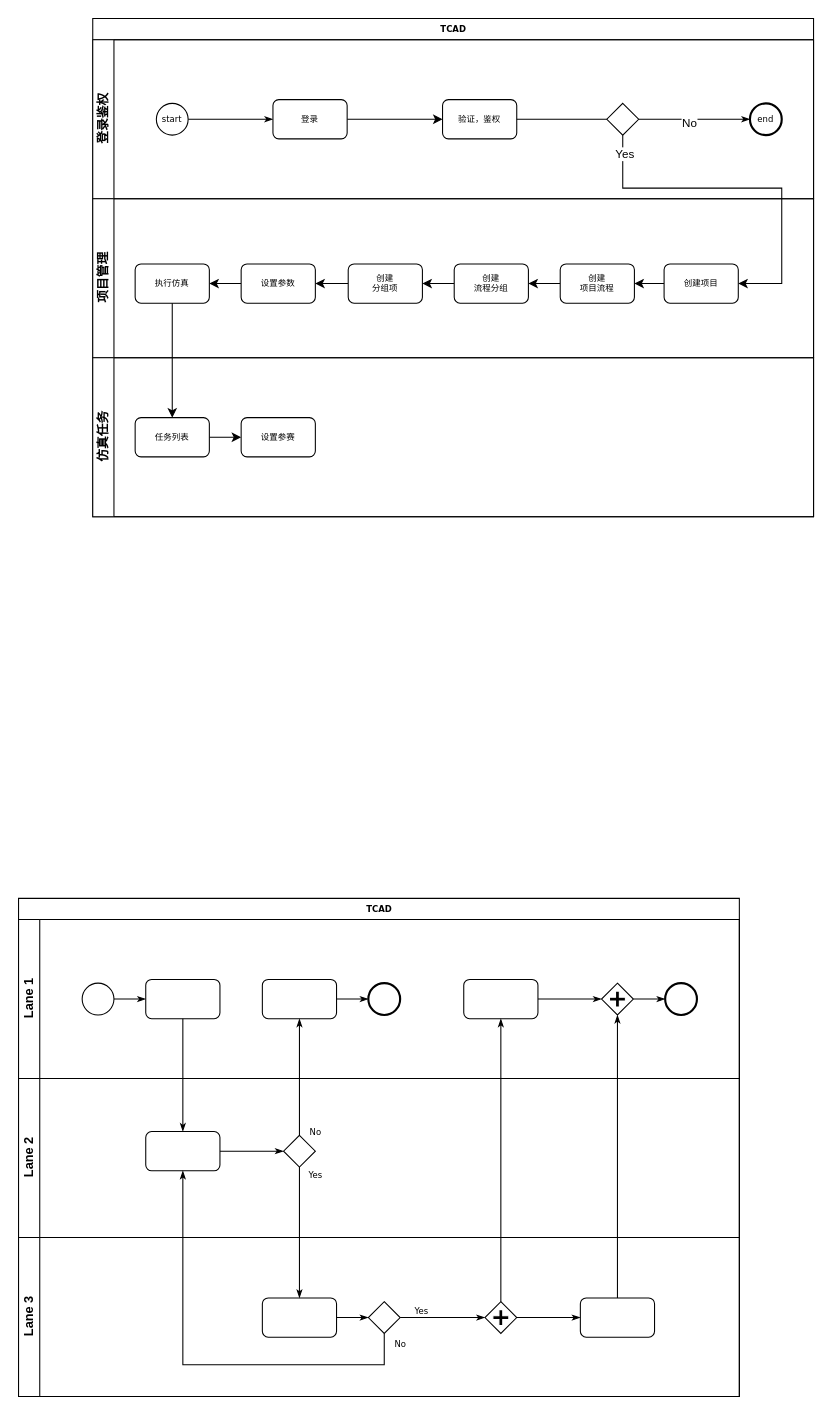
Above: doc/cogendaFlowCharts.drawio in yezhen701/VTCAD (draw.io), before the change. Source tidied: cells renumbered, new cells numbered last; positions are measured from the earlier drawing's top-left corner, leaving out a move shared by most shapes. Both pictures are drawn from the tidied source at 106%, with x=0, y=0 at pixel (18, 18).
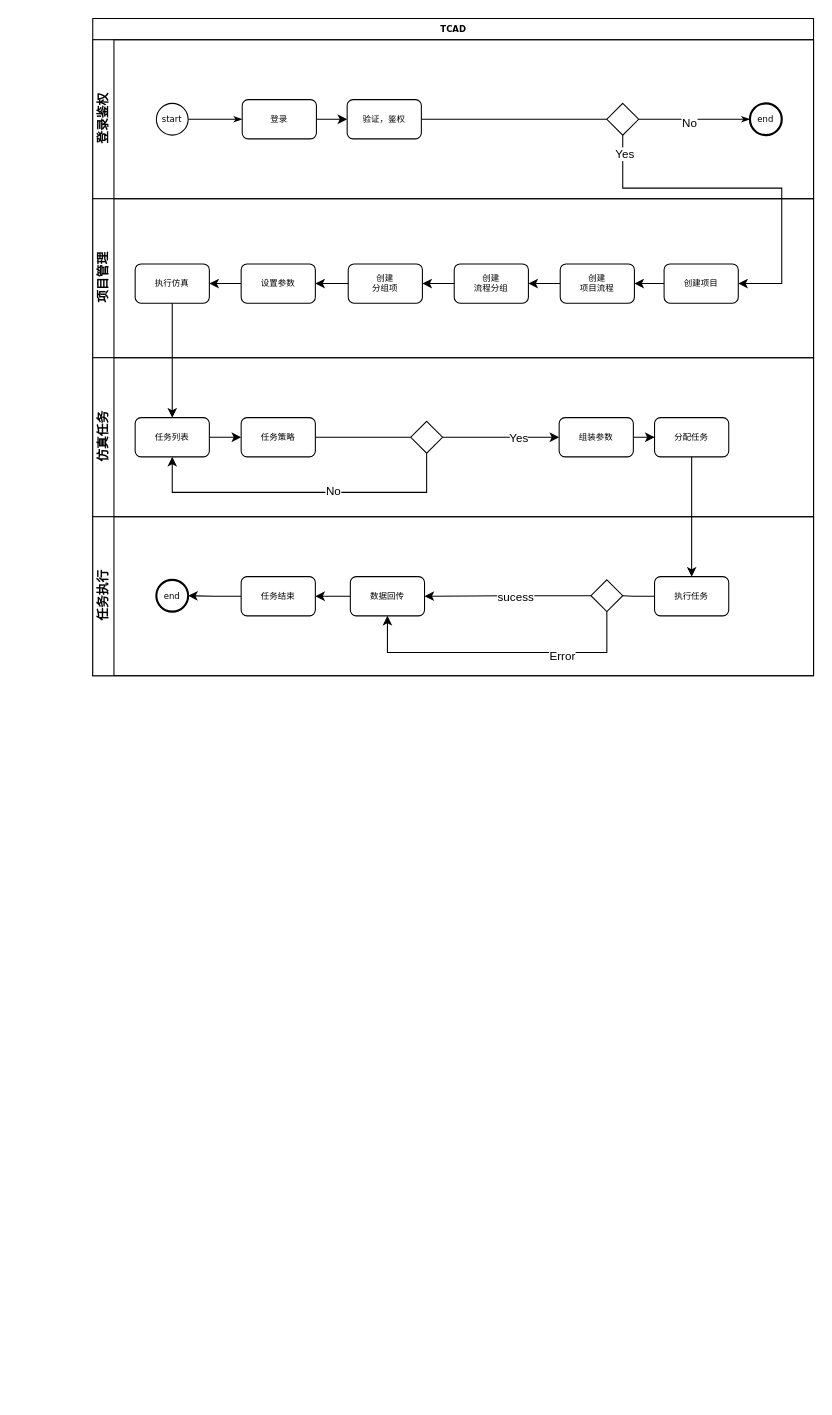
After the change.

Unchanged cells that the change refers to:
```xml
<mxCell id="3" value="登录鉴权" style="swimlane;html=1;startSize=20;horizontal=0;" parent="2" vertex="1">
  <mxGeometry y="20" width="680" height="150" as="geometry" />
</mxCell>
<mxCell id="29" value="仿真任务" style="swimlane;html=1;startSize=20;horizontal=0;" parent="2" vertex="1">
  <mxGeometry y="320" width="680" height="150" as="geometry" />
</mxCell>
<mxCell id="31" value="任务列表" style="rounded=1;whiteSpace=wrap;html=1;shadow=0;labelBackgroundColor=none;strokeWidth=1;fontFamily=Verdana;fontSize=8;align=center;" parent="29" vertex="1">
  <mxGeometry x="40" y="56.5" width="70" height="37" as="geometry" />
</mxCell>
```

What changed in the source:
```diff
@@
     <mxCell id="2" value="TCAD" style="swimlane;html=1;horizontal=1;startSize=20;rounded=0;shadow=0;labelBackgroundColor=none;strokeWidth=1;fontFamily=Verdana;fontSize=8;align=center;" parent="1" vertex="1">
-      <mxGeometry x="70" width="680" height="470" as="geometry" />
+      <mxGeometry x="70" width="680" height="620" as="geometry" />
     </mxCell>
@@
     <mxCell id="7" value="登录" style="rounded=1;whiteSpace=wrap;html=1;shadow=0;labelBackgroundColor=none;strokeWidth=1;fontFamily=Verdana;fontSize=8;align=center;" parent="3" vertex="1">
-      <mxGeometry x="170" y="56.5" width="70" height="37" as="geometry" />
+      <mxGeometry x="141" y="56.5" width="70" height="37" as="geometry" />
     </mxCell>
@@
     <mxCell id="10" value="验证，鉴权" style="rounded=1;whiteSpace=wrap;html=1;shadow=0;labelBackgroundColor=none;strokeWidth=1;fontFamily=Verdana;fontSize=8;align=center;" parent="3" vertex="1">
-      <mxGeometry x="330" y="56.5" width="70" height="37" as="geometry" />
+      <mxGeometry x="240" y="56.5" width="70" height="37" as="geometry" />
     </mxCell>
@@
+    <mxCell id="64" style="edgeStyle=orthogonalEdgeStyle;rounded=0;jettySize=auto;html=1;entryX=0.5;entryY=0;entryDx=0;entryDy=0;" parent="2" edge="1" source="71" target="81">
+      <mxGeometry relative="1" as="geometry" />
+    </mxCell>
@@
+    <mxCell id="65" style="edgeStyle=orthogonalEdgeStyle;rounded=0;jettySize=auto;html=1;startArrow=none;" parent="29" edge="1" source="72" target="68">
+      <mxGeometry relative="1" as="geometry" />
+    </mxCell>
+    <mxCell id="66" value="Yes" style="edgeLabel;html=1;align=center;verticalAlign=middle;" parent="65" vertex="1">
+      <mxGeometry x="0.24" y="-4" relative="1" as="geometry">
+        <mxPoint x="3" y="-4" as="offset" />
+      </mxGeometry>
+    </mxCell>
-    <mxCell id="32" value="设置参赛" style="rounded=1;whiteSpace=wrap;html=1;shadow=0;labelBackgroundColor=none;strokeWidth=1;fontFamily=Verdana;fontSize=8;align=center;" parent="29" vertex="1">
+    <mxCell id="32" value="任务策略" style="rounded=1;whiteSpace=wrap;html=1;shadow=0;labelBackgroundColor=none;strokeWidth=1;fontFamily=Verdana;fontSize=8;align=center;" parent="29" vertex="1">
       <mxGeometry x="140" y="56.5" width="70" height="37" as="geometry" />
     </mxCell>
-    <mxCell id="33" value="TCAD" style="swimlane;html=1;horizontal=1;startSize=20;rounded=0;shadow=0;labelBackgroundColor=none;strokeWidth=1;fontFamily=Verdana;fontSize=8;align=center;" parent="1" vertex="1">
-      <mxGeometry y="830" width="680" height="470" as="geometry" />
-    </mxCell>
-    <mxCell id="34" value="Lane 1" style="swimlane;html=1;startSize=20;horizontal=0;" parent="33" vertex="1">
-      <mxGeometry y="20" width="680" height="150" as="geometry" />
-    </mxCell>
-    <mxCell id="35" style="edgeStyle=orthogonalEdgeStyle;rounded=0;html=1;labelBackgroundColor=none;startArrow=none;startFill=0;startSize=5;endArrow=classicThin;endFill=1;endSize=5;jettySize=auto;strokeWidth=1;fontFamily=Verdana;fontSize=8;" parent="34" edge="1" source="36" target="37">
-      <mxGeometry relative="1" as="geometry" />
-    </mxCell>
-    <mxCell id="36" style="ellipse;whiteSpace=wrap;html=1;rounded=0;shadow=0;labelBackgroundColor=none;strokeWidth=1;fontFamily=Verdana;fontSize=8;align=center;" parent="34" vertex="1">
-      <mxGeometry x="60" y="60" width="30" height="30" as="geometry" />
-    </mxCell>
-    <mxCell id="37" style="rounded=1;whiteSpace=wrap;html=1;shadow=0;labelBackgroundColor=none;strokeWidth=1;fontFamily=Verdana;fontSize=8;align=center;" parent="34" vertex="1">
-      <mxGeometry x="120" y="56.5" width="70" height="37" as="geometry" />
-    </mxCell>
-    <mxCell id="38" style="edgeStyle=orthogonalEdgeStyle;rounded=0;html=1;labelBackgroundColor=none;startArrow=none;startFill=0;startSize=5;endArrow=classicThin;endFill=1;endSize=5;jettySize=auto;strokeWidth=1;fontFamily=Verdana;fontSize=8;" parent="34" edge="1" source="39" target="40">
-      <mxGeometry relative="1" as="geometry" />
-    </mxCell>
-    <mxCell id="39" style="rounded=1;whiteSpace=wrap;html=1;shadow=0;labelBackgroundColor=none;strokeWidth=1;fontFamily=Verdana;fontSize=8;align=center;" parent="34" vertex="1">
-      <mxGeometry x="230" y="56.5" width="70" height="37" as="geometry" />
-    </mxCell>
-    <mxCell id="40" style="ellipse;whiteSpace=wrap;html=1;rounded=0;shadow=0;labelBackgroundColor=none;strokeWidth=2;fontFamily=Verdana;fontSize=8;align=center;" parent="34" vertex="1">
-      <mxGeometry x="330" y="60" width="30" height="30" as="geometry" />
-    </mxCell>
-    <mxCell id="41" style="edgeStyle=orthogonalEdgeStyle;rounded=0;html=1;entryX=0;entryY=0.5;labelBackgroundColor=none;startArrow=none;startFill=0;startSize=5;endArrow=classicThin;endFill=1;endSize=5;jettySize=auto;strokeWidth=1;fontFamily=Verdana;fontSize=8;" parent="34" edge="1" source="42" target="44">
-      <mxGeometry relative="1" as="geometry" />
-    </mxCell>
-    <mxCell id="42" style="rounded=1;whiteSpace=wrap;html=1;shadow=0;labelBackgroundColor=none;strokeWidth=1;fontFamily=Verdana;fontSize=8;align=center;" parent="34" vertex="1">
-      <mxGeometry x="420" y="56.5" width="70" height="37" as="geometry" />
-    </mxCell>
-    <mxCell id="43" style="edgeStyle=orthogonalEdgeStyle;rounded=0;html=1;labelBackgroundColor=none;startArrow=none;startFill=0;startSize=5;endArrow=classicThin;endFill=1;endSize=5;jettySize=auto;strokeWidth=1;fontFamily=Verdana;fontSize=8;" parent="34" edge="1" source="44" target="45">
-      <mxGeometry relative="1" as="geometry" />
-    </mxCell>
-    <mxCell id="44" style="shape=mxgraph.bpmn.shape;html=1;verticalLabelPosition=bottom;labelBackgroundColor=#ffffff;verticalAlign=top;perimeter=rhombusPerimeter;background=gateway;outline=none;symbol=parallelGw;rounded=1;shadow=0;strokeWidth=1;fontFamily=Verdana;fontSize=8;align=center;" parent="34" vertex="1">
-      <mxGeometry x="550" y="60" width="30" height="30" as="geometry" />
-    </mxCell>
-    <mxCell id="45" style="ellipse;whiteSpace=wrap;html=1;rounded=0;shadow=0;labelBackgroundColor=none;strokeWidth=2;fontFamily=Verdana;fontSize=8;align=center;" parent="34" vertex="1">
-      <mxGeometry x="610" y="60" width="30" height="30" as="geometry" />
-    </mxCell>
-    <mxCell id="46" value="Lane 2" style="swimlane;html=1;startSize=20;horizontal=0;" parent="33" vertex="1">
-      <mxGeometry y="170" width="680" height="150" as="geometry" />
-    </mxCell>
-    <mxCell id="47" style="edgeStyle=orthogonalEdgeStyle;rounded=0;html=1;labelBackgroundColor=none;startArrow=none;startFill=0;startSize=5;endArrow=classicThin;endFill=1;endSize=5;jettySize=auto;strokeWidth=1;fontFamily=Verdana;fontSize=8;" parent="46" edge="1" source="48" target="49">
-      <mxGeometry relative="1" as="geometry" />
-    </mxCell>
-    <mxCell id="48" style="rounded=1;whiteSpace=wrap;html=1;shadow=0;labelBackgroundColor=none;strokeWidth=1;fontFamily=Verdana;fontSize=8;align=center;" parent="46" vertex="1">
-      <mxGeometry x="120" y="50" width="70" height="37" as="geometry" />
-    </mxCell>
-    <mxCell id="49" style="strokeWidth=1;html=1;shape=mxgraph.flowchart.decision;whiteSpace=wrap;rounded=1;shadow=0;labelBackgroundColor=none;fontFamily=Verdana;fontSize=8;align=center;" parent="46" vertex="1">
-      <mxGeometry x="250" y="53.5" width="30" height="30" as="geometry" />
-    </mxCell>
-    <mxCell id="50" value="Lane 3" style="swimlane;html=1;startSize=20;horizontal=0;" parent="33" vertex="1">
-      <mxGeometry y="320" width="680" height="150" as="geometry" />
-    </mxCell>
-    <mxCell id="51" style="edgeStyle=orthogonalEdgeStyle;rounded=0;html=1;labelBackgroundColor=none;startArrow=none;startFill=0;startSize=5;endArrow=classicThin;endFill=1;endSize=5;jettySize=auto;strokeWidth=1;fontFamily=Verdana;fontSize=8;" parent="50" edge="1" source="52" target="54">
-      <mxGeometry relative="1" as="geometry" />
-    </mxCell>
-    <mxCell id="52" style="rounded=1;whiteSpace=wrap;html=1;shadow=0;labelBackgroundColor=none;strokeWidth=1;fontFamily=Verdana;fontSize=8;align=center;" parent="50" vertex="1">
-      <mxGeometry x="230" y="57" width="70" height="37" as="geometry" />
-    </mxCell>
-    <mxCell id="53" value="Yes" style="edgeStyle=orthogonalEdgeStyle;rounded=0;html=1;entryX=0;entryY=0.5;labelBackgroundColor=none;startArrow=none;startFill=0;startSize=5;endArrow=classicThin;endFill=1;endSize=5;jettySize=auto;strokeWidth=1;fontFamily=Verdana;fontSize=8;" parent="50" edge="1" source="54" target="56">
-      <mxGeometry x="-0.5" y="6" relative="1" as="geometry" />
-    </mxCell>
-    <mxCell id="54" style="strokeWidth=1;html=1;shape=mxgraph.flowchart.decision;whiteSpace=wrap;rounded=1;shadow=0;labelBackgroundColor=none;fontFamily=Verdana;fontSize=8;align=center;" parent="50" vertex="1">
-      <mxGeometry x="330" y="60.5" width="30" height="30" as="geometry" />
-    </mxCell>
-    <mxCell id="55" style="edgeStyle=orthogonalEdgeStyle;rounded=0;html=1;labelBackgroundColor=none;startArrow=none;startFill=0;startSize=5;endArrow=classicThin;endFill=1;endSize=5;jettySize=auto;strokeColor=#000000;strokeWidth=1;fontFamily=Verdana;fontSize=8;fontColor=#000000;" parent="50" edge="1" source="56" target="57">
-      <mxGeometry relative="1" as="geometry" />
-    </mxCell>
-    <mxCell id="56" style="shape=mxgraph.bpmn.shape;html=1;verticalLabelPosition=bottom;labelBackgroundColor=#ffffff;verticalAlign=top;perimeter=rhombusPerimeter;background=gateway;outline=none;symbol=parallelGw;rounded=1;shadow=0;strokeWidth=1;fontFamily=Verdana;fontSize=8;align=center;" parent="50" vertex="1">
-      <mxGeometry x="440" y="60.5" width="30" height="30" as="geometry" />
-    </mxCell>
-    <mxCell id="57" style="rounded=1;whiteSpace=wrap;html=1;shadow=0;labelBackgroundColor=none;strokeWidth=1;fontFamily=Verdana;fontSize=8;align=center;" parent="50" vertex="1">
-      <mxGeometry x="530" y="57" width="70" height="37" as="geometry" />
-    </mxCell>
-    <mxCell id="58" style="edgeStyle=orthogonalEdgeStyle;rounded=0;html=1;labelBackgroundColor=none;startArrow=none;startFill=0;startSize=5;endArrow=classicThin;endFill=1;endSize=5;jettySize=auto;strokeWidth=1;fontFamily=Verdana;fontSize=8;" parent="33" edge="1" source="37" target="48">
-      <mxGeometry relative="1" as="geometry" />
-    </mxCell>
-    <mxCell id="59" value="No" style="edgeStyle=orthogonalEdgeStyle;rounded=0;html=1;labelBackgroundColor=none;startArrow=none;startFill=0;startSize=5;endArrow=classicThin;endFill=1;endSize=5;jettySize=auto;strokeWidth=1;fontFamily=Verdana;fontSize=8;" parent="33" edge="1" source="49" target="39">
-      <mxGeometry x="-0.94" y="-15" relative="1" as="geometry" />
-    </mxCell>
-    <mxCell id="60" value="Yes" style="edgeStyle=orthogonalEdgeStyle;rounded=0;html=1;labelBackgroundColor=none;startArrow=none;startFill=0;startSize=5;endArrow=classicThin;endFill=1;endSize=5;jettySize=auto;strokeWidth=1;fontFamily=Verdana;fontSize=8;" parent="33" edge="1" source="49" target="52">
-      <mxGeometry x="-0.89" y="15" relative="1" as="geometry" />
-    </mxCell>
-    <mxCell id="61" style="edgeStyle=orthogonalEdgeStyle;rounded=0;html=1;entryX=0.5;entryY=1;labelBackgroundColor=none;startArrow=none;startFill=0;startSize=5;endArrow=classicThin;endFill=1;endSize=5;jettySize=auto;strokeWidth=1;fontFamily=Verdana;fontSize=8;" parent="33" edge="1" source="57" target="44">
-      <mxGeometry relative="1" as="geometry" />
-    </mxCell>
-    <mxCell id="62" value="No" style="edgeStyle=orthogonalEdgeStyle;rounded=0;html=1;labelBackgroundColor=none;startArrow=none;startFill=0;startSize=5;endArrow=classicThin;endFill=1;endSize=5;jettySize=auto;strokeWidth=1;fontFamily=Verdana;fontSize=8;" parent="33" edge="1" source="54" target="48">
-      <mxGeometry x="-0.95" y="15" relative="1" as="geometry">
-        <Array as="points">
-          <mxPoint x="345" y="440" />
-          <mxPoint x="155" y="440" />
-        </Array>
-      </mxGeometry>
-    </mxCell>
-    <mxCell id="63" style="edgeStyle=orthogonalEdgeStyle;rounded=0;html=1;labelBackgroundColor=none;startArrow=none;startFill=0;startSize=5;endArrow=classicThin;endFill=1;endSize=5;jettySize=auto;strokeWidth=1;fontFamily=Verdana;fontSize=8;" parent="33" edge="1" source="56" target="42">
-      <mxGeometry relative="1" as="geometry" />
-    </mxCell>
+    <mxCell id="67" style="edgeStyle=orthogonalEdgeStyle;rounded=0;jettySize=auto;html=1;" parent="29" edge="1" source="68" target="71">
+      <mxGeometry relative="1" as="geometry" />
+    </mxCell>
+    <mxCell id="68" value="组装参数" style="rounded=1;whiteSpace=wrap;html=1;shadow=0;labelBackgroundColor=none;strokeWidth=1;fontFamily=Verdana;fontSize=8;align=center;" parent="29" vertex="1">
+      <mxGeometry x="440" y="56.5" width="70" height="37" as="geometry" />
+    </mxCell>
+    <mxCell id="69" style="endArrow=classic;html=1;rounded=0;exitX=0.5;exitY=1;exitDx=0;exitDy=0;entryX=0.5;entryY=1;entryDx=0;entryDy=0;exitPerimeter=0;" parent="29" edge="1" source="72" target="31">
+      <mxGeometry relative="1" as="geometry">
+        <Array as="points">
+          <mxPoint x="315" y="127" />
+          <mxPoint x="75" y="127" />
+        </Array>
+      </mxGeometry>
+    </mxCell>
+    <mxCell id="70" value="No" style="edgeLabel;html=1;align=center;verticalAlign=middle;" parent="69" vertex="1">
+      <mxGeometry x="-0.19" y="-2" relative="1" as="geometry" />
+    </mxCell>
+    <mxCell id="71" value="分配任务" style="rounded=1;whiteSpace=wrap;html=1;shadow=0;labelBackgroundColor=none;strokeWidth=1;fontFamily=Verdana;fontSize=8;align=center;" parent="29" vertex="1">
+      <mxGeometry x="530" y="56.5" width="70" height="37" as="geometry" />
+    </mxCell>
+    <mxCell id="72" style="strokeWidth=1;html=1;shape=mxgraph.flowchart.decision;whiteSpace=wrap;rounded=1;shadow=0;labelBackgroundColor=none;fontFamily=Verdana;fontSize=8;align=center;" parent="29" vertex="1">
+      <mxGeometry x="300" y="60" width="30" height="30" as="geometry" />
+    </mxCell>
+    <mxCell id="73" style="edgeStyle=orthogonalEdgeStyle;rounded=0;jettySize=auto;html=1;endArrow=none;" parent="29" edge="1" source="32" target="72">
+      <mxGeometry relative="1" as="geometry" />
+    </mxCell>
+    <mxCell id="74" value="任务执行" style="swimlane;html=1;startSize=20;horizontal=0;" parent="2" vertex="1">
+      <mxGeometry y="470" width="680" height="150" as="geometry" />
+    </mxCell>
+    <mxCell id="75" style="edgeStyle=orthogonalEdgeStyle;rounded=0;jettySize=auto;html=1;" parent="74" edge="1" source="76" target="82">
+      <mxGeometry relative="1" as="geometry" />
+    </mxCell>
+    <mxCell id="76" value="任务结束" style="rounded=1;whiteSpace=wrap;html=1;shadow=0;labelBackgroundColor=none;strokeWidth=1;fontFamily=Verdana;fontSize=8;align=center;" parent="74" vertex="1">
+      <mxGeometry x="140" y="56.5" width="70" height="37" as="geometry" />
+    </mxCell>
+    <mxCell id="77" style="edgeStyle=orthogonalEdgeStyle;rounded=0;jettySize=auto;html=1;" parent="74" edge="1" source="78" target="76">
+      <mxGeometry relative="1" as="geometry" />
+    </mxCell>
+    <mxCell id="78" value="数据回传" style="rounded=1;whiteSpace=wrap;html=1;shadow=0;labelBackgroundColor=none;strokeWidth=1;fontFamily=Verdana;fontSize=8;align=center;" parent="74" vertex="1">
+      <mxGeometry x="243" y="56.5" width="70" height="37" as="geometry" />
+    </mxCell>
+    <mxCell id="79" style="edgeStyle=orthogonalEdgeStyle;rounded=0;jettySize=auto;html=1;startArrow=none;entryX=1;entryY=0.5;entryDx=0;entryDy=0;" parent="74" edge="1" source="83" target="78">
+      <mxGeometry relative="1" as="geometry" />
+    </mxCell>
+    <mxCell id="80" value="sucess" style="edgeLabel;html=1;align=center;verticalAlign=middle;" parent="79" vertex="1">
+      <mxGeometry x="0.27" y="4" relative="1" as="geometry">
+        <mxPoint x="28" y="-4" as="offset" />
+      </mxGeometry>
+    </mxCell>
+    <mxCell id="81" value="执行任务" style="rounded=1;whiteSpace=wrap;html=1;shadow=0;labelBackgroundColor=none;strokeWidth=1;fontFamily=Verdana;fontSize=8;align=center;" parent="74" vertex="1">
+      <mxGeometry x="530" y="56.5" width="70" height="37" as="geometry" />
+    </mxCell>
+    <mxCell id="82" value="end" style="ellipse;whiteSpace=wrap;html=1;rounded=0;shadow=0;labelBackgroundColor=none;strokeWidth=2;fontFamily=Verdana;fontSize=8;align=center;" parent="74" vertex="1">
+      <mxGeometry x="60" y="59.5" width="30" height="30" as="geometry" />
+    </mxCell>
+    <mxCell id="83" style="strokeWidth=1;html=1;shape=mxgraph.flowchart.decision;whiteSpace=wrap;rounded=1;shadow=0;labelBackgroundColor=none;fontFamily=Verdana;fontSize=8;align=center;" parent="74" vertex="1">
+      <mxGeometry x="470" y="59.5" width="30" height="30" as="geometry" />
+    </mxCell>
+    <mxCell id="84" style="edgeStyle=orthogonalEdgeStyle;rounded=0;jettySize=auto;html=1;endArrow=none;" parent="74" edge="1" source="81" target="83">
+      <mxGeometry relative="1" as="geometry" />
+    </mxCell>
+    <mxCell id="85" style="endArrow=classic;html=1;rounded=0;exitX=0.5;exitY=1;exitDx=0;exitDy=0;exitPerimeter=0;entryX=0.5;entryY=1;entryDx=0;entryDy=0;" parent="74" edge="1" source="83" target="78">
+      <mxGeometry relative="1" as="geometry">
+        <Array as="points">
+          <mxPoint x="485" y="128" />
+          <mxPoint x="278" y="128" />
+        </Array>
+      </mxGeometry>
+    </mxCell>
+    <mxCell id="86" value="Error" style="edgeLabel;html=1;align=center;verticalAlign=middle;" parent="85" vertex="1">
+      <mxGeometry x="-0.42" y="3" relative="1" as="geometry" />
+    </mxCell>
```
